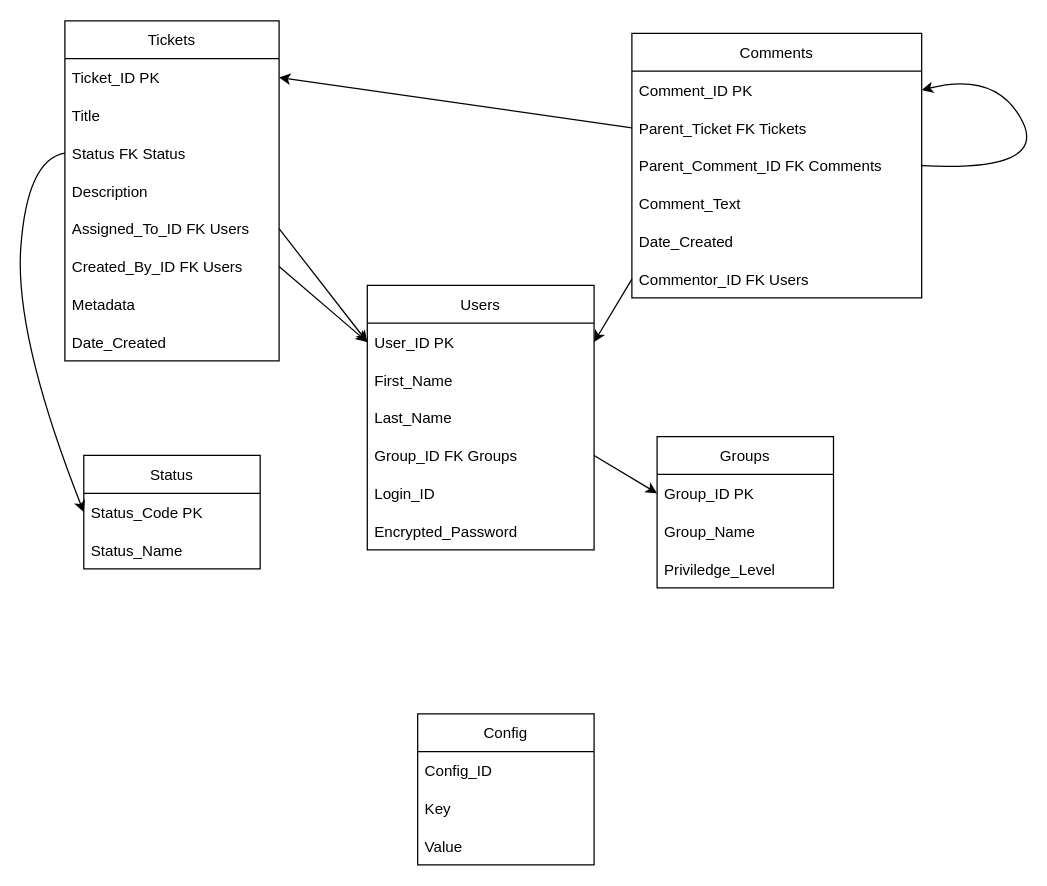
The draw.io diagram Untitled Diagram.drawio in Jrfarl/SeniorProjDiagram, before the edit. Source tidied: cells renumbered, new cells numbered last; positions are measured from the earlier drawing's top-left corner, leaving out a move shared by most shapes. Both pictures are drawn from the tidied source at 126%, with x=0, y=0 at pixel (14, 20).
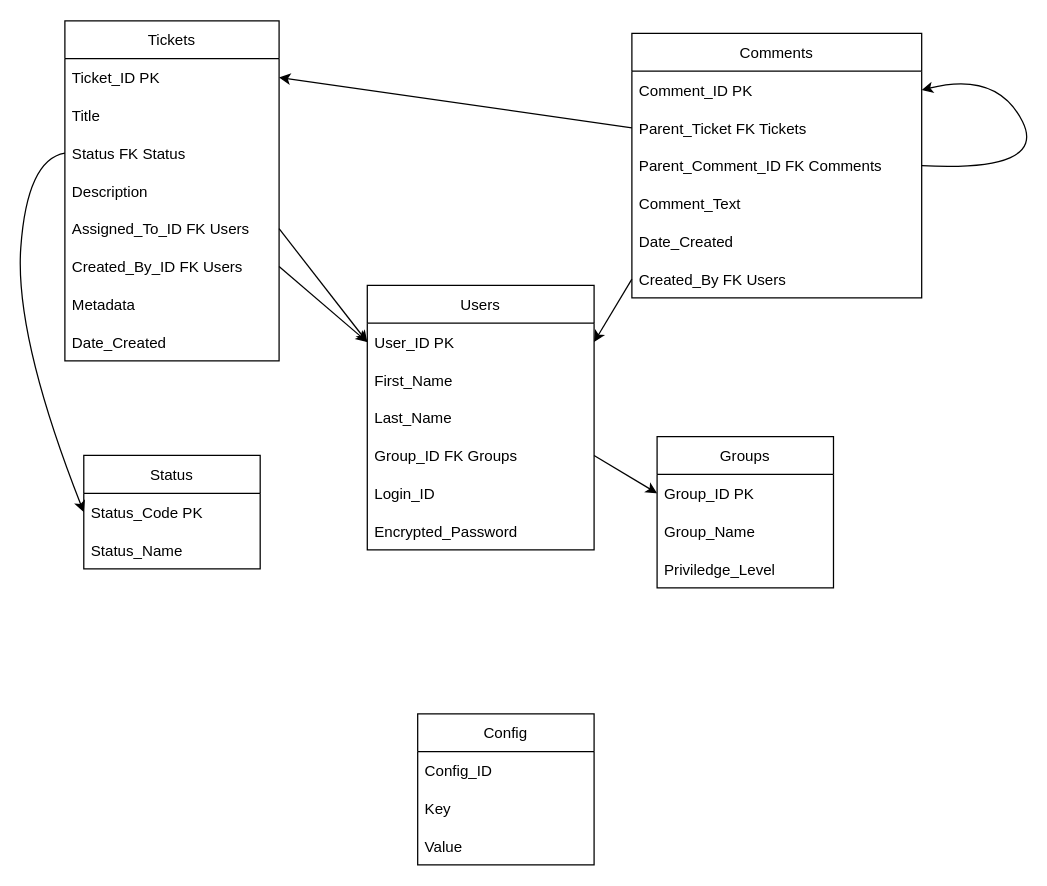
After the change.

Unchanged cells that the change refers to:
```xml
<mxCell id="11" value="Comments" style="swimlane;fontStyle=0;horizontal=1;startSize=30;" parent="1" vertex="1">
  <mxGeometry x="490" y="10" width="230" height="210" as="geometry" />
</mxCell>
```

Diff of the diagram source:
```diff
@@
-    <mxCell id="17" value="Commentor_ID FK Users" style="text;strokeColor=none;fillColor=none;align=left;verticalAlign=middle;spacingLeft=4;spacingRight=4;overflow=hidden;points=[[0,0.5],[1,0.5]];portConstraint=eastwest;" parent="11" vertex="1">
+    <mxCell id="17" value="Created_By FK Users" style="text;strokeColor=none;fillColor=none;align=left;verticalAlign=middle;spacingLeft=4;spacingRight=4;overflow=hidden;points=[[0,0.5],[1,0.5]];portConstraint=eastwest;" parent="11" vertex="1">
       <mxGeometry y="180" width="230" height="30" as="geometry" />
     </mxCell>
```
